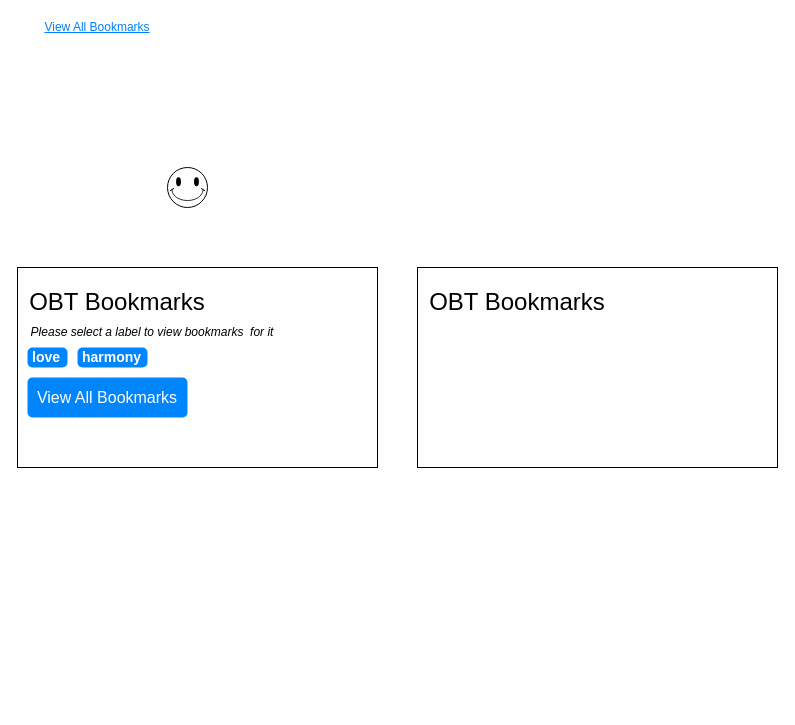
The draw.io diagram page "View All Bookmarks Feature" (8 of 8) of my-hfn-pitstop.drawio in appsparkler/draw.io, before the edit. Source tidied: cells renumbered, new cells numbered last; positions are measured from the earlier drawing's top-left corner, leaving out a move shared by most shapes. Both pictures are drawn from the tidied source at 100%, with x=0, y=0 at pixel (17, 17).
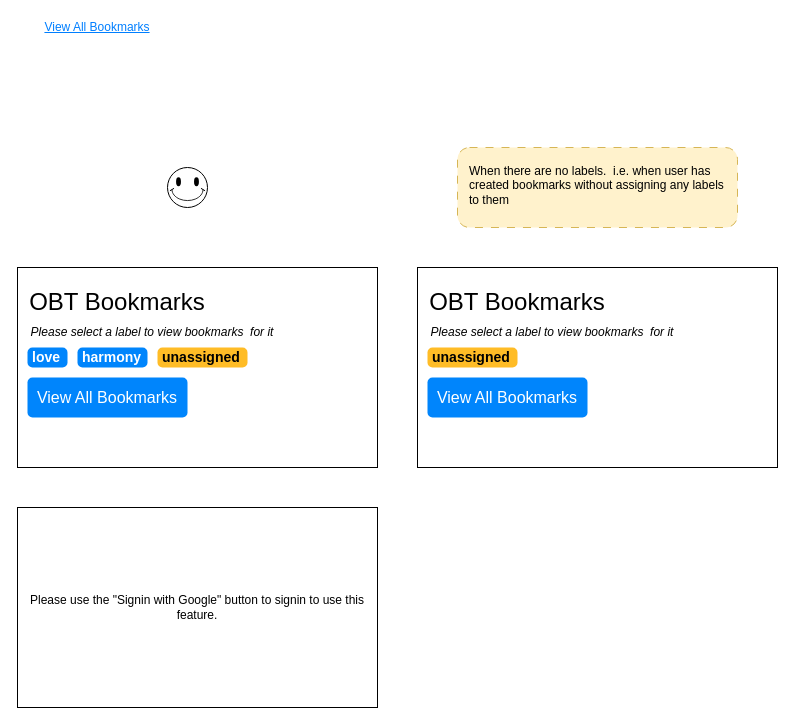
After the change.

Diff of the diagram source:
```diff
@@
 <mxGraphModel>
   <root>
     <mxCell id="0" />
     <mxCell id="1" parent="0" />
     <mxCell id="2" value="View All Bookmarks" style="text;html=1;whiteSpace=wrap;strokeColor=none;fillColor=none;align=center;verticalAlign=middle;rounded=0;fontStyle=4;fontColor=#007FFF;" parent="1" vertex="1">
       <mxGeometry x="20" width="120" height="20" as="geometry" />
     </mxCell>
     <mxCell id="3" style="rounded=0;whiteSpace=wrap;html=1;" parent="1" vertex="1">
       <mxGeometry y="250" width="360" height="200" as="geometry" />
     </mxCell>
     <mxCell id="4" value="OBT Bookmarks" style="text;html=1;whiteSpace=wrap;strokeColor=none;fillColor=none;align=center;verticalAlign=middle;rounded=0;fontSize=24;" parent="1" vertex="1">
       <mxGeometry x="10" y="270" width="180" height="30" as="geometry" />
     </mxCell>
     <mxCell id="5" value="Please select a label to view bookmarks&amp;nbsp; for it" style="text;html=1;whiteSpace=wrap;strokeColor=none;fillColor=none;align=center;verticalAlign=middle;rounded=0;fontStyle=2;" parent="1" vertex="1">
       <mxGeometry x="10" y="300" width="250" height="30" as="geometry" />
     </mxCell>
     <mxCell id="6" style="verticalLabelPosition=bottom;verticalAlign=top;html=1;shape=mxgraph.basic.smiley;" parent="1" vertex="1">
       <mxGeometry x="150" y="150" width="40" height="40" as="geometry" />
     </mxCell>
     <mxCell id="7" value="love" style="html=1;shadow=0;dashed=0;shape=mxgraph.bootstrap.rrect;rSize=5;strokeColor=none;strokeWidth=1;fillColor=#0085FC;fontColor=#FFFFFF;whiteSpace=wrap;align=left;verticalAlign=middle;spacingLeft=0;fontStyle=1;fontSize=14;spacing=5;" parent="1" vertex="1">
       <mxGeometry x="10" y="330" width="40" height="20" as="geometry" />
     </mxCell>
     <mxCell id="8" value="harmony" style="html=1;shadow=0;dashed=0;shape=mxgraph.bootstrap.rrect;rSize=5;strokeColor=none;strokeWidth=1;fillColor=#0085FC;fontColor=#FFFFFF;whiteSpace=wrap;align=left;verticalAlign=middle;spacingLeft=0;fontStyle=1;fontSize=14;spacing=5;" parent="1" vertex="1">
       <mxGeometry x="60" y="330" width="70" height="20" as="geometry" />
     </mxCell>
     <mxCell id="9" value="View All Bookmarks" style="html=1;shadow=0;dashed=0;shape=mxgraph.bootstrap.rrect;rSize=5;strokeColor=none;strokeWidth=1;fillColor=#0085FC;fontColor=#FFFFFF;whiteSpace=wrap;align=center;verticalAlign=middle;spacingLeft=0;fontStyle=0;fontSize=16;spacing=5;" parent="1" vertex="1">
       <mxGeometry x="10" y="360" width="160" height="40" as="geometry" />
     </mxCell>
     <mxCell id="10" style="rounded=0;whiteSpace=wrap;html=1;" parent="1" vertex="1">
       <mxGeometry x="400" y="250" width="360" height="200" as="geometry" />
     </mxCell>
     <mxCell id="11" value="OBT Bookmarks" style="text;html=1;whiteSpace=wrap;strokeColor=none;fillColor=none;align=center;verticalAlign=middle;rounded=0;fontSize=24;" parent="1" vertex="1">
       <mxGeometry x="410" y="270" width="180" height="30" as="geometry" />
     </mxCell>
+    <mxCell id="12" value="Please select a label to view bookmarks&amp;nbsp; for it" style="text;html=1;whiteSpace=wrap;strokeColor=none;fillColor=none;align=center;verticalAlign=middle;rounded=0;fontStyle=2;" parent="1" vertex="1">
+      <mxGeometry x="410" y="300" width="250" height="30" as="geometry" />
+    </mxCell>
+    <mxCell id="13" value="unassigned" style="html=1;shadow=0;dashed=0;shape=mxgraph.bootstrap.rrect;rSize=5;strokeColor=none;strokeWidth=1;fillColor=#FFBC26;fontColor=#000000;whiteSpace=wrap;align=left;verticalAlign=middle;spacingLeft=0;fontStyle=1;fontSize=14;spacing=5;" parent="1" vertex="1">
+      <mxGeometry x="410" y="330" width="90" height="20" as="geometry" />
+    </mxCell>
+    <mxCell id="14" value="unassigned" style="html=1;shadow=0;dashed=0;shape=mxgraph.bootstrap.rrect;rSize=5;strokeColor=none;strokeWidth=1;fillColor=#FFBC26;fontColor=#000000;whiteSpace=wrap;align=left;verticalAlign=middle;spacingLeft=0;fontStyle=1;fontSize=14;spacing=5;" parent="1" vertex="1">
+      <mxGeometry x="140" y="330" width="90" height="20" as="geometry" />
+    </mxCell>
+    <mxCell id="15" value="View All Bookmarks" style="html=1;shadow=0;dashed=0;shape=mxgraph.bootstrap.rrect;rSize=5;strokeColor=none;strokeWidth=1;fillColor=#0085FC;fontColor=#FFFFFF;whiteSpace=wrap;align=center;verticalAlign=middle;spacingLeft=0;fontStyle=0;fontSize=16;spacing=5;" parent="1" vertex="1">
+      <mxGeometry x="410" y="360" width="160" height="40" as="geometry" />
+    </mxCell>
+    <mxCell id="16" value="When there are no labels.&amp;nbsp; i.e. when user has created bookmarks without assigning any labels to them" style="rounded=1;whiteSpace=wrap;html=1;fillColor=#fff2cc;strokeColor=#d6b656;dashed=1;dashPattern=8 8;align=left;verticalAlign=top;spacing=12;" parent="1" vertex="1">
+      <mxGeometry x="440" y="130" width="280" height="80" as="geometry" />
+    </mxCell>
+    <mxCell id="17" value="Please use the &quot;Signin with Google&quot; button to signin to use this feature." style="rounded=0;whiteSpace=wrap;html=1;" parent="1" vertex="1">
+      <mxGeometry y="490" width="360" height="200" as="geometry" />
+    </mxCell>
   </root>
 </mxGraphModel>
```
